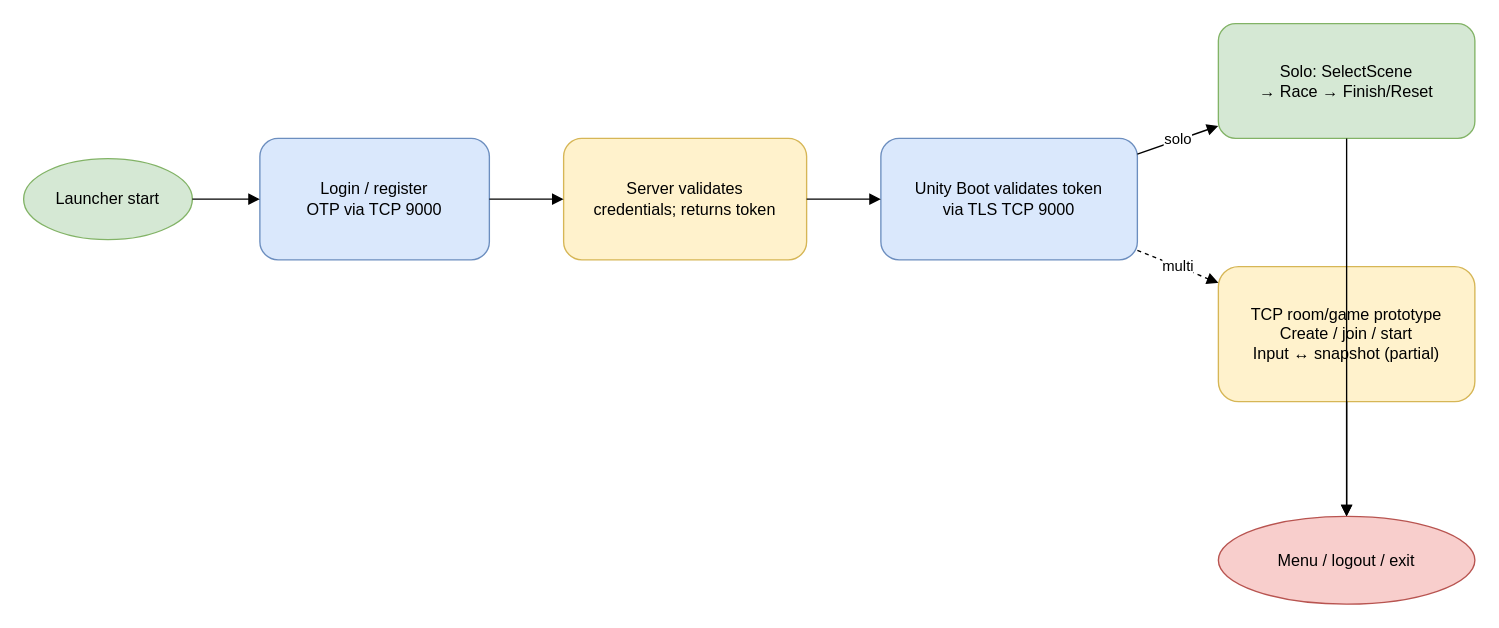
This is docs/diagrams/application-flow.drawio from thanhnhi8769-ctrl/DanToPhong, a draw.io file, before an edit. Source tidied: cells renumbered, new cells numbered last; positions are measured from the earlier drawing's top-left corner, leaving out a move shared by most shapes. Both pictures are drawn from the tidied source at 135%, with x=0, y=0 at pixel (23, 23).
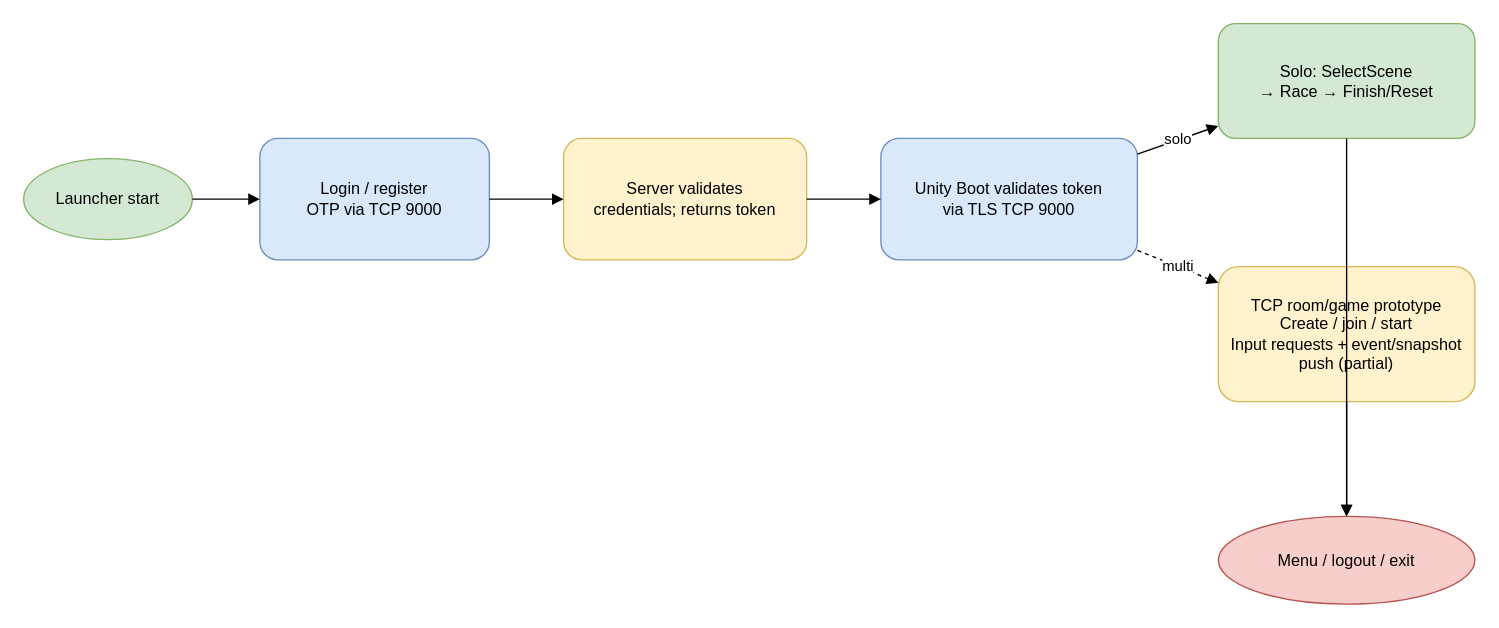
The same diagram, later.

Change to the diagram source:
```diff
@@
 <mxGraphModel>
   <root>
     <mxCell id="0" />
     <mxCell id="1" parent="0" />
     <mxCell id="2" value="Launcher start" style="ellipse;whiteSpace=wrap;html=1;fillColor=#d5e8d4;strokeColor=#82b366;" parent="1" vertex="1">
       <mxGeometry y="100" width="125" height="60" as="geometry" />
     </mxCell>
     <mxCell id="3" value="Login / register&#10;OTP via TCP 9000" style="rounded=1;whiteSpace=wrap;html=1;fillColor=#dae8fc;strokeColor=#6c8ebf;" parent="1" vertex="1">
       <mxGeometry x="175" y="85" width="170" height="90" as="geometry" />
     </mxCell>
     <mxCell id="4" value="Server validates&#10;credentials; returns token" style="rounded=1;whiteSpace=wrap;html=1;fillColor=#fff2cc;strokeColor=#d6b656;" parent="1" vertex="1">
       <mxGeometry x="400" y="85" width="180" height="90" as="geometry" />
     </mxCell>
     <mxCell id="5" value="Unity Boot validates token&#10;via TLS TCP 9000" style="rounded=1;whiteSpace=wrap;html=1;fillColor=#dae8fc;strokeColor=#6c8ebf;" parent="1" vertex="1">
       <mxGeometry x="635" y="85" width="190" height="90" as="geometry" />
     </mxCell>
     <mxCell id="6" value="Solo: SelectScene&#10;→ Race → Finish/Reset" style="rounded=1;whiteSpace=wrap;html=1;fillColor=#d5e8d4;strokeColor=#82b366;" parent="1" vertex="1">
       <mxGeometry x="885" width="190" height="85" as="geometry" />
     </mxCell>
-    <mxCell id="7" value="TCP room/game prototype&#10;Create / join / start&#10;Input ↔ snapshot (partial)" style="rounded=1;whiteSpace=wrap;html=1;fillColor=#fff2cc;strokeColor=#d6b656;" parent="1" vertex="1">
+    <mxCell id="7" value="TCP room/game prototype&#10;Create / join / start&#10;Input requests + event/snapshot push (partial)" style="rounded=1;whiteSpace=wrap;html=1;fillColor=#fff2cc;strokeColor=#d6b656;" parent="1" vertex="1">
       <mxGeometry x="885" y="180" width="190" height="100" as="geometry" />
     </mxCell>
     <mxCell id="8" value="Menu / logout / exit" style="ellipse;whiteSpace=wrap;html=1;fillColor=#f8cecc;strokeColor=#b85450;" parent="1" vertex="1">
       <mxGeometry x="885" y="365" width="190" height="65" as="geometry" />
     </mxCell>
     <mxCell id="9" style="endArrow=block;html=1;" parent="1" edge="1" source="2" target="3">
       <mxGeometry relative="1" as="geometry" />
     </mxCell>
     <mxCell id="10" style="endArrow=block;html=1;" parent="1" edge="1" source="3" target="4">
       <mxGeometry relative="1" as="geometry" />
     </mxCell>
     <mxCell id="11" style="endArrow=block;html=1;" parent="1" edge="1" source="4" target="5">
       <mxGeometry relative="1" as="geometry" />
     </mxCell>
     <mxCell id="12" value="solo" style="endArrow=block;html=1;" parent="1" edge="1" source="5" target="6">
       <mxGeometry relative="1" as="geometry" />
     </mxCell>
     <mxCell id="13" value="multi" style="endArrow=block;html=1;dashed=1;" parent="1" edge="1" source="5" target="7">
       <mxGeometry relative="1" as="geometry" />
     </mxCell>
     <mxCell id="14" style="endArrow=block;html=1;" parent="1" edge="1" source="6" target="8">
       <mxGeometry relative="1" as="geometry" />
     </mxCell>
     <mxCell id="15" style="endArrow=block;html=1;" parent="1" edge="1" source="7" target="8">
       <mxGeometry relative="1" as="geometry" />
     </mxCell>
   </root>
 </mxGraphModel>
```
